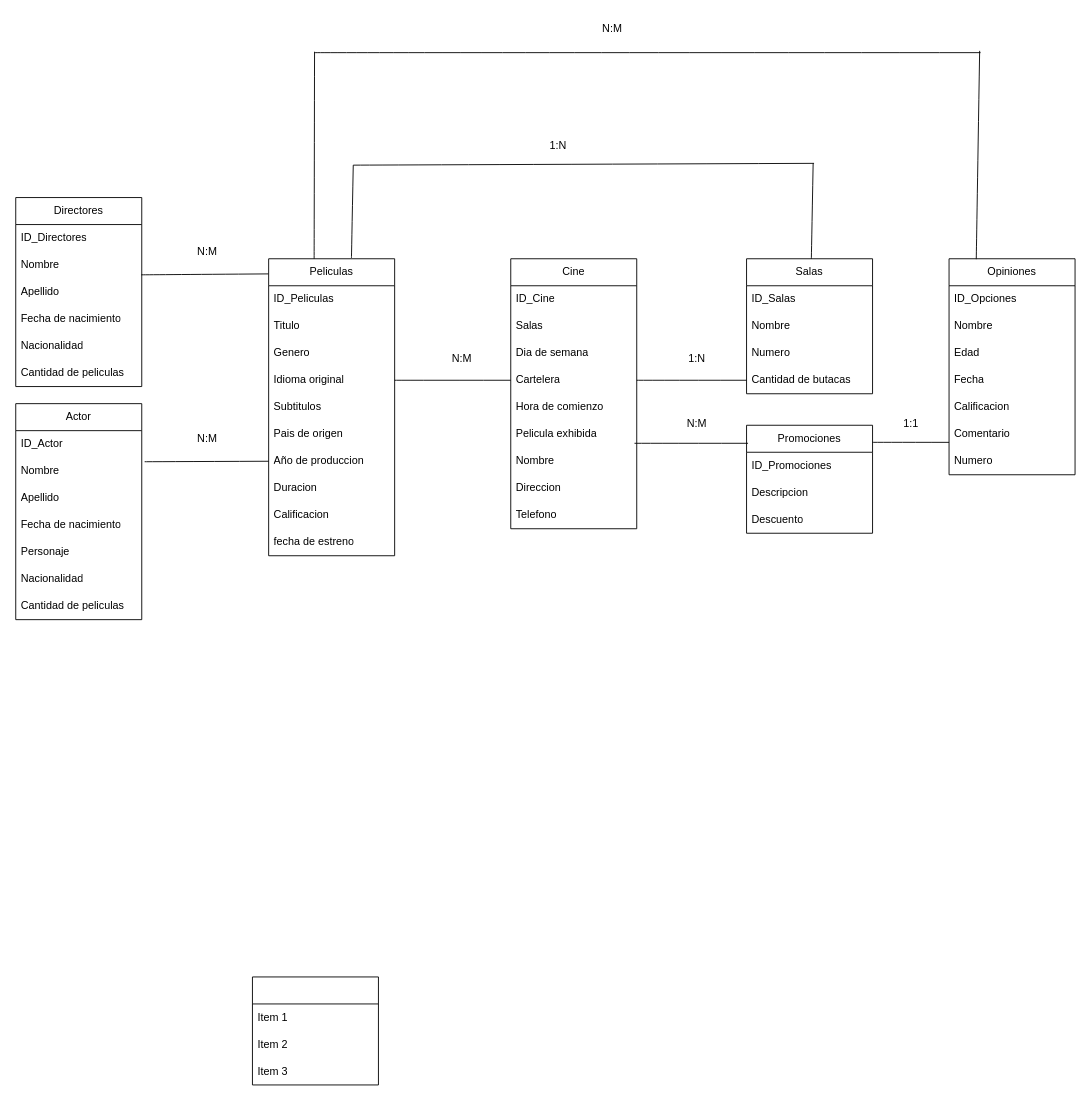
Luc4sRuiz/Lucasrepositorios keeps this draw.io diagram as Diagrama sin título.drawio. Above is the earlier version. Source tidied: cells renumbered, new cells numbered last; positions are measured from the earlier drawing's top-left corner, leaving out a move shared by most shapes. Both pictures are drawn from the tidied source at 90%, with x=0, y=0 at pixel (15, 15).
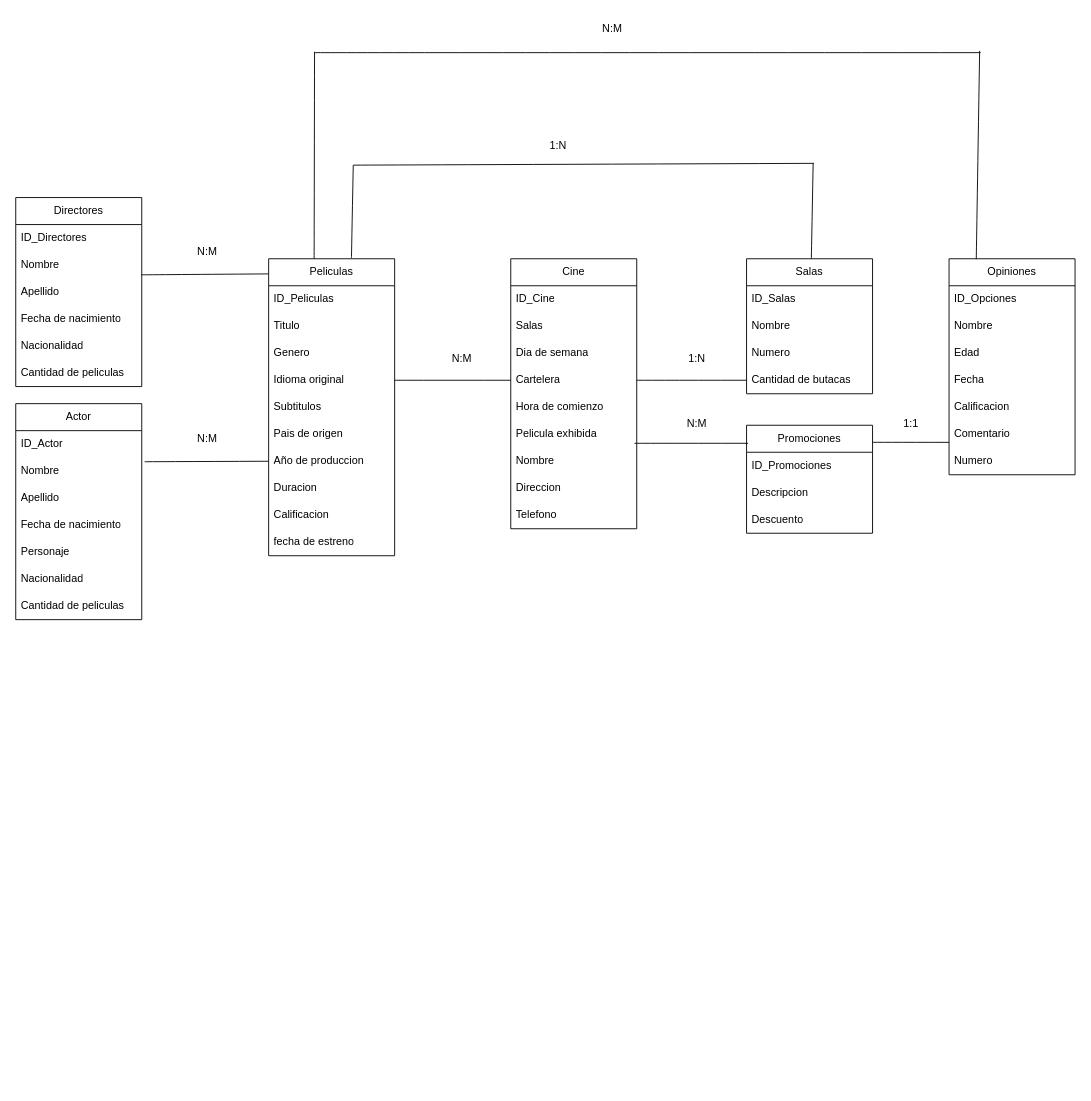
The same page after the edit.

The edit, as a diff of the source:
```diff
@@
-    <mxCell id="75" value="&lt;div&gt;&lt;br&gt;&lt;/div&gt;&lt;div&gt;&lt;br&gt;&lt;/div&gt;" style="swimlane;fontStyle=0;horizontal=1;startSize=30;whiteSpace=wrap;html=1;" parent="1" vertex="1">
-      <mxGeometry x="263" y="1068" width="140" height="120" as="geometry" />
-    </mxCell>
-    <mxCell id="76" value="Item 1" style="text;strokeColor=none;fillColor=none;align=left;verticalAlign=middle;spacingLeft=4;spacingRight=4;overflow=hidden;whiteSpace=wrap;html=1;" parent="75" vertex="1">
-      <mxGeometry y="30" width="140" height="30" as="geometry" />
-    </mxCell>
-    <mxCell id="77" value="Item 2" style="text;strokeColor=none;fillColor=none;align=left;verticalAlign=middle;spacingLeft=4;spacingRight=4;overflow=hidden;whiteSpace=wrap;html=1;" parent="75" vertex="1">
-      <mxGeometry y="60" width="140" height="30" as="geometry" />
-    </mxCell>
-    <mxCell id="78" value="Item 3" style="text;strokeColor=none;fillColor=none;align=left;verticalAlign=middle;spacingLeft=4;spacingRight=4;overflow=hidden;whiteSpace=wrap;html=1;" parent="75" vertex="1">
-      <mxGeometry y="90" width="140" height="30" as="geometry" />
-    </mxCell>
```
